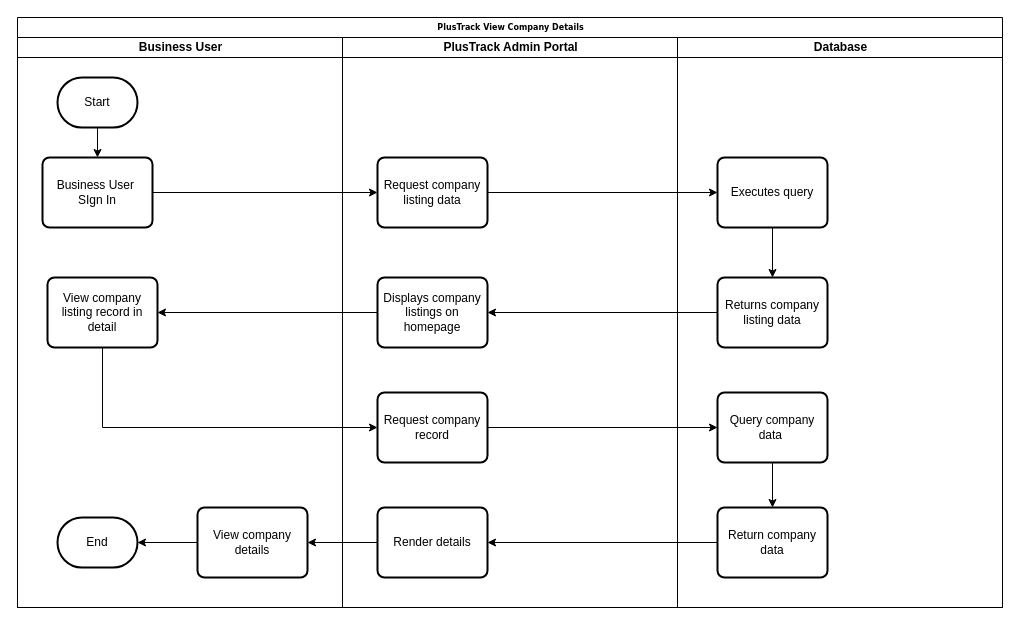
Above: page "PLUSTrack View Company Details" (5 of 8) of Untitled Diagram.drawio in Marcus-141/DrawIOFiles (draw.io), before the change. Source tidied: cells renumbered, new cells numbered last; positions are measured from the earlier drawing's top-left corner, leaving out a move shared by most shapes. Both pictures are drawn from the tidied source at 100%, with x=0, y=0 at pixel (17, 17).
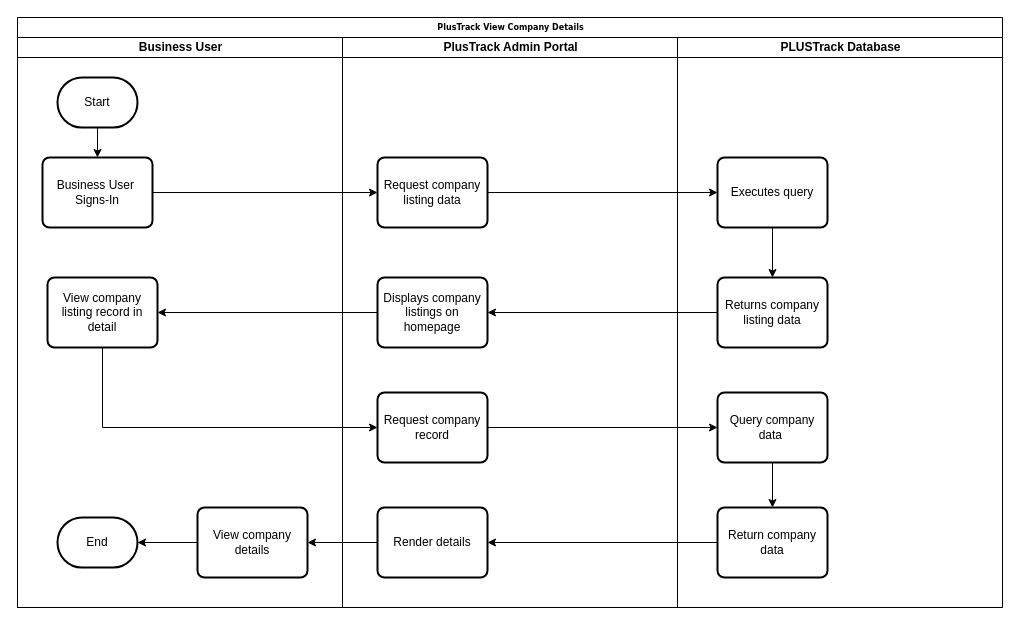
Above is the later version.

The change refers to these unchanged cells:
```xml
<mxCell id="2" value="PlusTrack View Company Details" style="swimlane;html=1;startSize=20;rounded=0;shadow=0;labelBackgroundColor=none;strokeWidth=1;fontFamily=Verdana;fontSize=8;align=center;" parent="1" vertex="1">
  <mxGeometry width="985" height="590" as="geometry" />
</mxCell>
<mxCell id="3" value="Business User" style="swimlane;html=1;startSize=20;" parent="2" vertex="1">
  <mxGeometry y="20" width="325" height="570" as="geometry" />
</mxCell>
```

Diff of the diagram source:
```diff
@@
-    <mxCell id="6" value="Business User&amp;nbsp; SIgn In" style="rounded=1;whiteSpace=wrap;html=1;absoluteArcSize=1;arcSize=14;strokeWidth=2;" parent="3" vertex="1">
+    <mxCell id="6" value="Business User&amp;nbsp; Signs-In" style="rounded=1;whiteSpace=wrap;html=1;absoluteArcSize=1;arcSize=14;strokeWidth=2;" parent="3" vertex="1">
       <mxGeometry x="25" y="120" width="110" height="70" as="geometry" />
     </mxCell>
@@
-    <mxCell id="16" value="Database" style="swimlane;html=1;startSize=20;" parent="2" vertex="1">
+    <mxCell id="16" value="PLUSTrack Database" style="swimlane;html=1;startSize=20;" parent="2" vertex="1">
       <mxGeometry x="660" y="20" width="325" height="570" as="geometry" />
     </mxCell>
```
